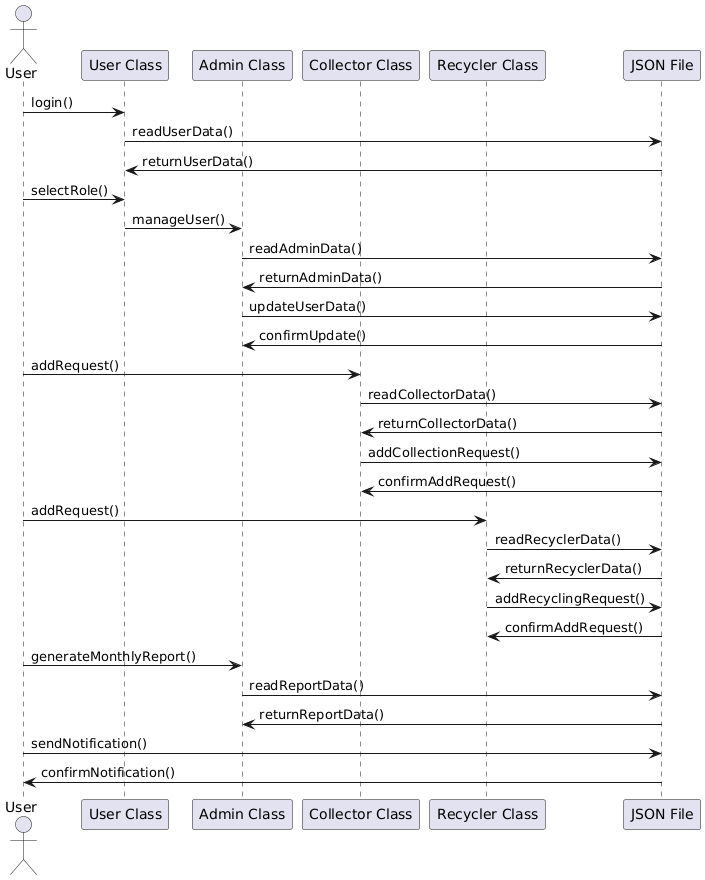
Above: sequenceDiagram.png in dhwalief/waste-manajement-system (PlantUML), before the change. Its diagram source:
```plantuml
@startuml
actor User
participant "User Class" as UserClass
participant "Admin Class" as AdminClass
participant "Collector Class" as CollectorClass
participant "Recycler Class" as RecyclerClass
participant "JSON File" as JsonFile

User -> UserClass : login()
UserClass -> JsonFile : readUserData()
JsonFile -> UserClass : returnUserData()

User -> UserClass : selectRole()
UserClass -> AdminClass : manageUser()
AdminClass -> JsonFile : readAdminData()
JsonFile -> AdminClass : returnAdminData()
AdminClass -> JsonFile : updateUserData()
JsonFile -> AdminClass : confirmUpdate()

User -> CollectorClass : addRequest()
CollectorClass -> JsonFile : readCollectorData()
JsonFile -> CollectorClass : returnCollectorData()
CollectorClass -> JsonFile : addCollectionRequest()
JsonFile -> CollectorClass : confirmAddRequest()

User -> RecyclerClass : addRequest()
RecyclerClass -> JsonFile : readRecyclerData()
JsonFile -> RecyclerClass : returnRecyclerData()
RecyclerClass -> JsonFile : addRecyclingRequest()
JsonFile -> RecyclerClass : confirmAddRequest()

User -> AdminClass : generateMonthlyReport()
AdminClass -> JsonFile : readReportData()
JsonFile -> AdminClass : returnReportData()

User -> JsonFile : sendNotification()
JsonFile -> User : confirmNotification()

@enduml
```
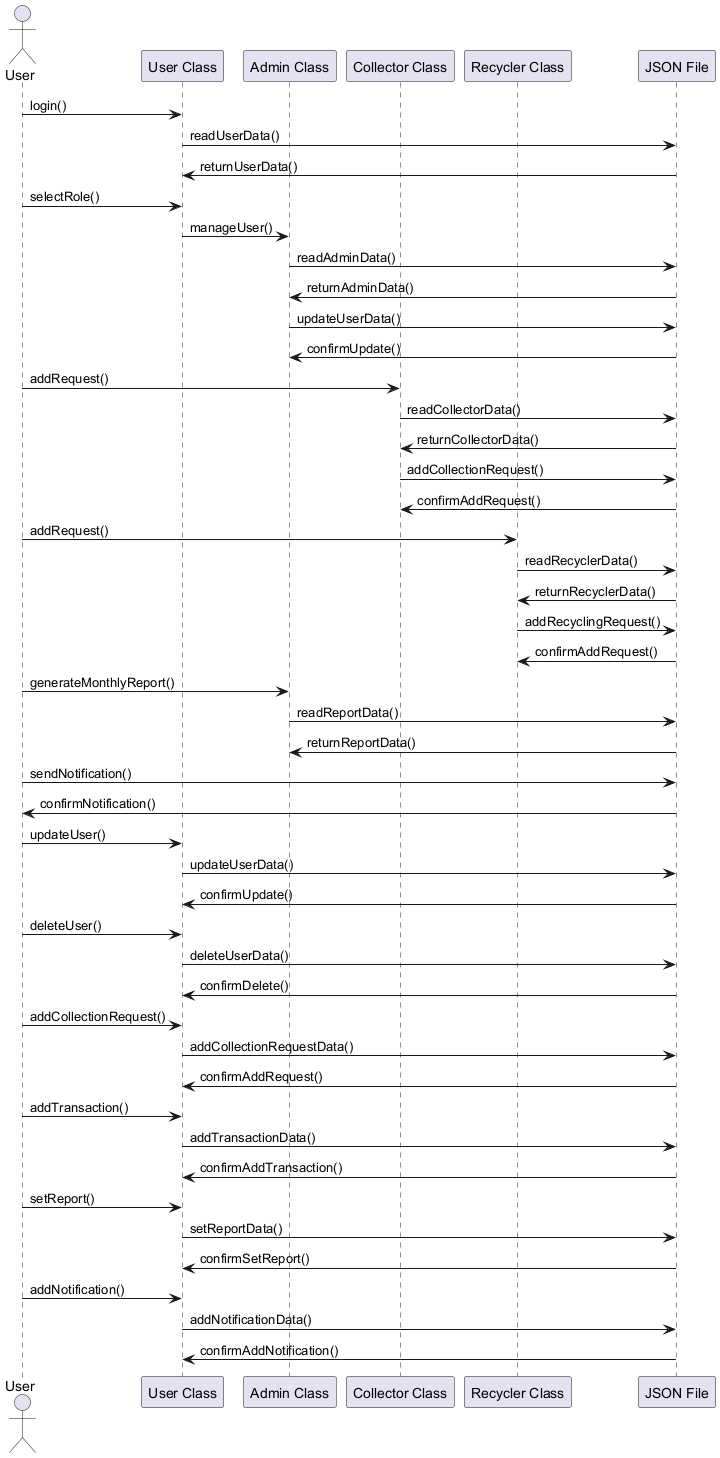
After the commit.

What changed in the source:
```diff
@@ -36,4 +36,28 @@
 User -> JsonFile : sendNotification()
 JsonFile -> User : confirmNotification()
 
+User -> UserClass : updateUser()
+UserClass -> JsonFile : updateUserData()
+JsonFile -> UserClass : confirmUpdate()
+
+User -> UserClass : deleteUser()
+UserClass -> JsonFile : deleteUserData()
+JsonFile -> UserClass : confirmDelete()
+
+User -> UserClass : addCollectionRequest()
+UserClass -> JsonFile : addCollectionRequestData()
+JsonFile -> UserClass : confirmAddRequest()
+
+User -> UserClass : addTransaction()
+UserClass -> JsonFile : addTransactionData()
+JsonFile -> UserClass : confirmAddTransaction()
+
+User -> UserClass : setReport()
+UserClass -> JsonFile : setReportData()
+JsonFile -> UserClass : confirmSetReport()
+
+User -> UserClass : addNotification()
+UserClass -> JsonFile : addNotificationData()
+JsonFile -> UserClass : confirmAddNotification()
+
 @enduml
```
